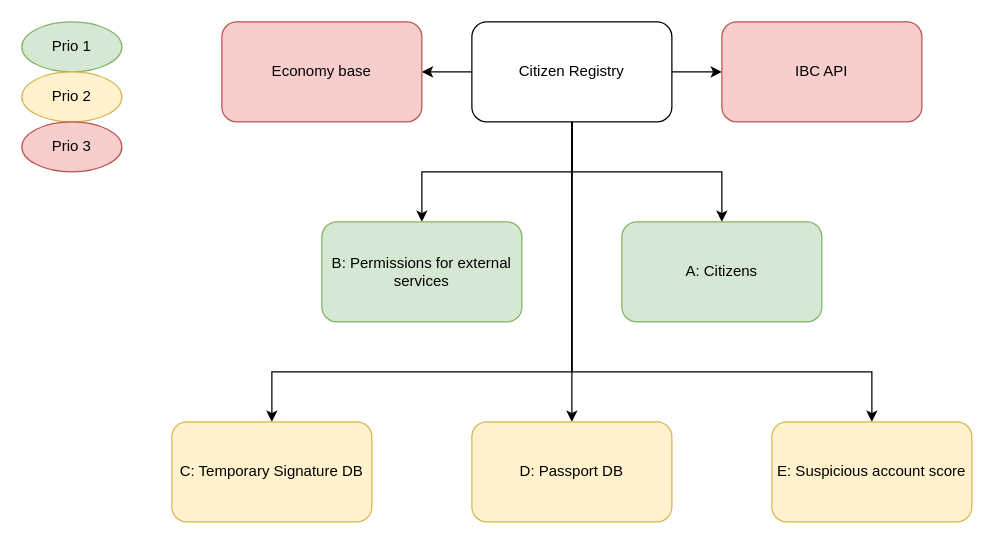
Before: page "Global CR structure" (1 of 7) of architecture/crdesign.drawio in markvandal/ds.info, a draw.io diagram. Source tidied: cells renumbered, new cells numbered last; positions are measured from the earlier drawing's top-left corner, leaving out a move shared by most shapes. Both pictures are drawn from the tidied source at 125%, with x=0, y=0 at pixel (21, 21).
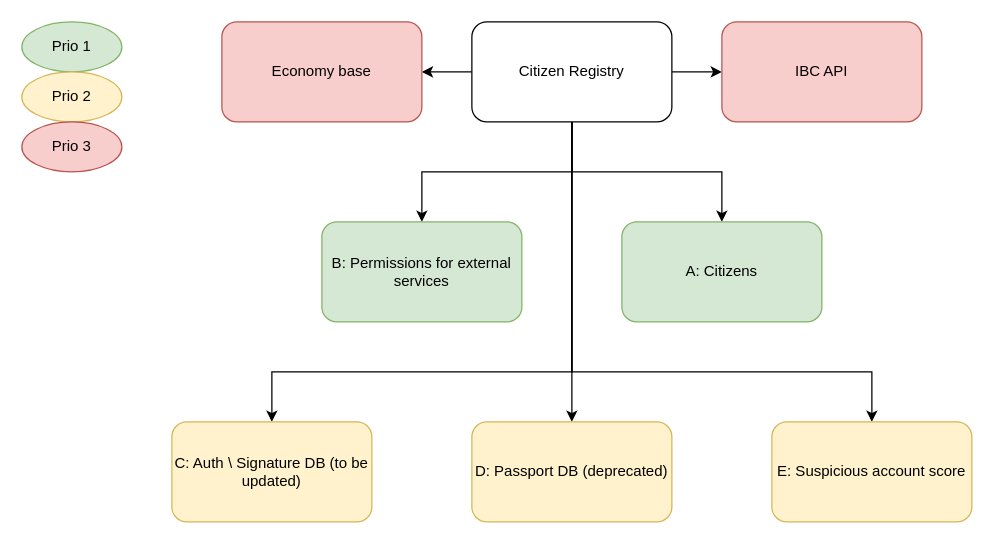
After the change.

The edit, as a diff of the source:
```diff
@@
-    <mxCell id="10" value="D: Passport DB" style="rounded=1;whiteSpace=wrap;html=1;fillColor=#fff2cc;strokeColor=#d6b656;" parent="1" vertex="1">
+    <mxCell id="10" value="D: Passport DB (deprecated)" style="rounded=1;whiteSpace=wrap;html=1;fillColor=#fff2cc;strokeColor=#d6b656;" parent="1" vertex="1">
       <mxGeometry x="360" y="320" width="160" height="80" as="geometry" />
     </mxCell>
@@
-    <mxCell id="14" value="C: Temporary Signature DB" style="rounded=1;whiteSpace=wrap;html=1;fillColor=#fff2cc;strokeColor=#d6b656;" parent="1" vertex="1">
+    <mxCell id="14" value="C: Auth \ Signature DB (to be updated)" style="rounded=1;whiteSpace=wrap;html=1;fillColor=#fff2cc;strokeColor=#d6b656;" parent="1" vertex="1">
       <mxGeometry x="120" y="320" width="160" height="80" as="geometry" />
     </mxCell>
```
